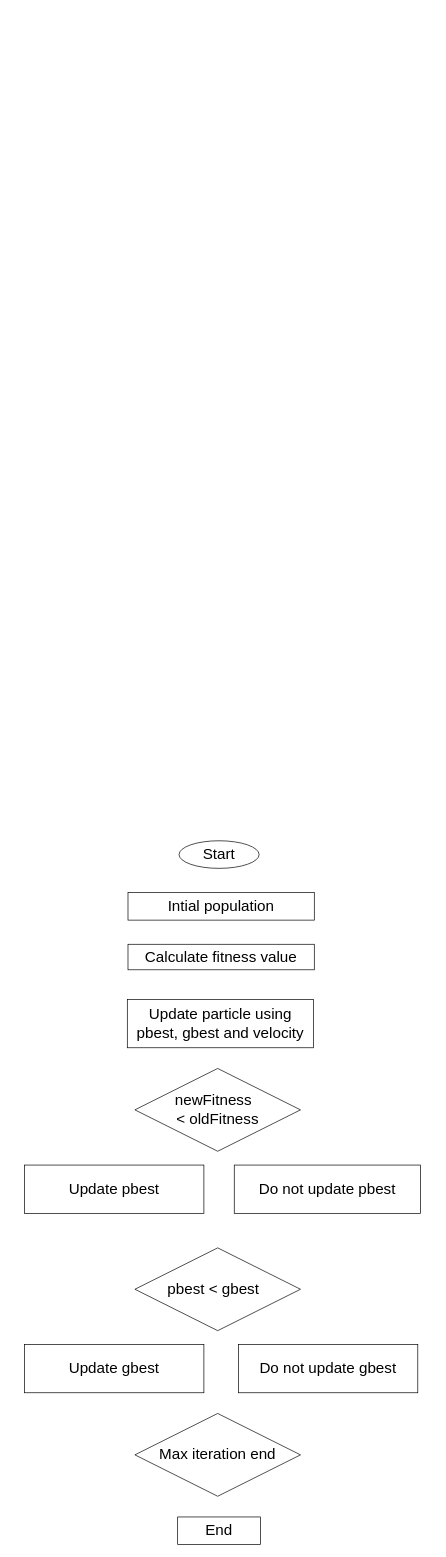
This is PSO.drawio from Faisalse/ResearchWork, a draw.io file, before an edit. Source tidied: cells renumbered, new cells numbered last; positions are measured from the earlier drawing's top-left corner, leaving out a move shared by most shapes. Both pictures are drawn from the tidied source at 69%, with x=0, y=0 at pixel (24, 840).
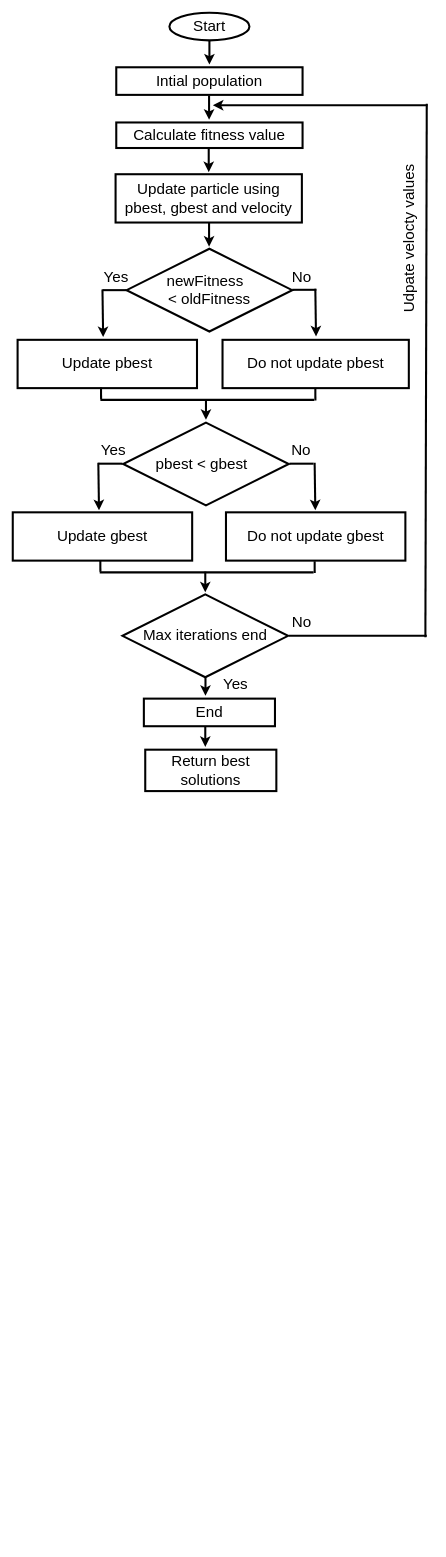
After the change.

The edit, as a diff of the source:
```diff
@@
+    <mxCell id="14" style="group;" parent="1" vertex="1">
+      <mxGeometry x="-17" y="-1200" width="601" height="1133" as="geometry" />
+    </mxCell>
+    <mxCell id="15" style="endArrow=classic;html=1;strokeWidth=3;fontSize=22;entryX=0.5;entryY=0;entryDx=0;entryDy=0;" parent="14" edge="1">
+      <mxGeometry x="-139.7" y="353" as="geometry">
+        <mxPoint x="279.3" y="960" as="sourcePoint" />
+        <mxPoint x="279.3" y="990" as="targetPoint" />
+      </mxGeometry>
+    </mxCell>
+    <mxCell id="16" style="endArrow=classic;html=1;strokeWidth=3;fontSize=22;" parent="14" edge="1">
+      <mxGeometry as="geometry">
+        <mxPoint x="279" y="1031" as="sourcePoint" />
+        <mxPoint x="279" y="1064" as="targetPoint" />
+      </mxGeometry>
+    </mxCell>
+    <mxCell id="17" style="endArrow=classic;html=1;fontSize=22;exitX=0.5;exitY=1;exitDx=0;exitDy=0;entryX=0.5;entryY=0;entryDx=0;entryDy=0;strokeWidth=3;" parent="14" edge="1">
+      <mxGeometry as="geometry">
+        <mxPoint x="285" y="36" as="sourcePoint" />
+        <mxPoint x="285" y="75" as="targetPoint" />
+      </mxGeometry>
+    </mxCell>
-    <mxCell id="2" value="Start" style="ellipse;whiteSpace=wrap;html=1;fontSize=22;" parent="1" vertex="1">
-      <mxGeometry x="224" width="116" height="40" as="geometry" />
+    <mxCell id="2" value="Start" style="ellipse;whiteSpace=wrap;html=1;fontSize=22;strokeWidth=3;" parent="14" vertex="1">
+      <mxGeometry x="227" width="116" height="40" as="geometry" />
     </mxCell>
-    <mxCell id="3" value="Intial population" style="rounded=0;whiteSpace=wrap;html=1;fontSize=22;" parent="1" vertex="1">
-      <mxGeometry x="150" y="75" width="270" height="40" as="geometry" />
+    <mxCell id="3" value="Intial population" style="rounded=0;whiteSpace=wrap;html=1;fontSize=22;strokeWidth=3;" parent="14" vertex="1">
+      <mxGeometry x="150" y="79" width="270" height="40" as="geometry" />
     </mxCell>
-    <mxCell id="4" value="Calculate fitness value" style="rounded=0;whiteSpace=wrap;html=1;fontSize=22;" parent="1" vertex="1">
-      <mxGeometry x="150" y="150" width="270" height="37" as="geometry" />
+    <mxCell id="4" value="Calculate fitness value" style="rounded=0;whiteSpace=wrap;html=1;fontSize=22;strokeWidth=3;" parent="14" vertex="1">
+      <mxGeometry x="150" y="159" width="270" height="37" as="geometry" />
     </mxCell>
-    <mxCell id="5" value="Update particle using pbest, gbest and velocity" style="rounded=0;whiteSpace=wrap;html=1;fontSize=22;" parent="1" vertex="1">
-      <mxGeometry x="149" y="230" width="270" height="70" as="geometry" />
+    <mxCell id="5" value="Update particle using pbest, gbest and velocity" style="rounded=0;whiteSpace=wrap;html=1;fontSize=22;strokeWidth=3;" parent="14" vertex="1">
+      <mxGeometry x="149" y="234" width="270" height="70" as="geometry" />
     </mxCell>
-    <mxCell id="6" value="newFitness&amp;nbsp;&amp;nbsp;&lt;br&gt;&amp;lt; oldFitness" style="rhombus;whiteSpace=wrap;html=1;fontSize=22;" parent="1" vertex="1">
-      <mxGeometry x="160" y="330" width="240" height="120" as="geometry" />
+    <mxCell id="6" value="newFitness&amp;nbsp;&amp;nbsp;&lt;br&gt;&amp;lt; oldFitness" style="rhombus;whiteSpace=wrap;html=1;fontSize=22;strokeWidth=3;" parent="14" vertex="1">
+      <mxGeometry x="165" y="342" width="240" height="120" as="geometry" />
     </mxCell>
-    <mxCell id="7" value="Update pbest" style="rounded=0;whiteSpace=wrap;html=1;fontSize=22;" parent="1" vertex="1">
-      <mxGeometry y="470" width="260" height="70" as="geometry" />
+    <mxCell id="7" value="Update pbest" style="rounded=0;whiteSpace=wrap;html=1;fontSize=22;strokeWidth=3;" parent="14" vertex="1">
+      <mxGeometry x="7" y="474" width="260" height="70" as="geometry" />
     </mxCell>
-    <mxCell id="8" value="Do not update pbest" style="rounded=0;whiteSpace=wrap;html=1;fontSize=22;" parent="1" vertex="1">
-      <mxGeometry x="304" y="470" width="270" height="70" as="geometry" />
+    <mxCell id="8" value="Do not update pbest" style="rounded=0;whiteSpace=wrap;html=1;fontSize=22;strokeWidth=3;" parent="14" vertex="1">
+      <mxGeometry x="304" y="474" width="270" height="70" as="geometry" />
     </mxCell>
-    <mxCell id="9" value="pbest &amp;lt; gbest&amp;nbsp;&amp;nbsp;&lt;br&gt;" style="rhombus;whiteSpace=wrap;html=1;fontSize=22;" parent="1" vertex="1">
-      <mxGeometry x="160" y="590" width="240" height="120" as="geometry" />
+    <mxCell id="9" value="pbest &amp;lt; gbest&amp;nbsp;&amp;nbsp;&lt;br&gt;" style="rhombus;whiteSpace=wrap;html=1;fontSize=22;strokeWidth=3;" parent="14" vertex="1">
+      <mxGeometry x="160" y="594" width="240" height="120" as="geometry" />
     </mxCell>
-    <mxCell id="10" value="Update gbest" style="rounded=0;whiteSpace=wrap;html=1;fontSize=22;" parent="1" vertex="1">
-      <mxGeometry y="730" width="260" height="70" as="geometry" />
+    <mxCell id="10" value="Update gbest" style="rounded=0;whiteSpace=wrap;html=1;fontSize=22;strokeWidth=3;" parent="14" vertex="1">
+      <mxGeometry y="724" width="260" height="70" as="geometry" />
     </mxCell>
-    <mxCell id="11" value="Do not update gbest" style="rounded=0;whiteSpace=wrap;html=1;fontSize=22;" parent="1" vertex="1">
-      <mxGeometry x="310" y="730" width="260" height="70" as="geometry" />
+    <mxCell id="11" value="Do not update gbest" style="rounded=0;whiteSpace=wrap;html=1;fontSize=22;strokeWidth=3;" parent="14" vertex="1">
+      <mxGeometry x="309" y="724" width="260" height="70" as="geometry" />
     </mxCell>
-    <mxCell id="12" value="Max iteration end" style="rhombus;whiteSpace=wrap;html=1;fontSize=22;" parent="1" vertex="1">
-      <mxGeometry x="160" y="830" width="240" height="120" as="geometry" />
+    <mxCell id="12" value="Max iterations end" style="rhombus;whiteSpace=wrap;html=1;fontSize=22;strokeWidth=3;" parent="14" vertex="1">
+      <mxGeometry x="159" y="843" width="240" height="120" as="geometry" />
     </mxCell>
-    <mxCell id="13" value="End" style="rounded=0;whiteSpace=wrap;html=1;fontSize=22;" parent="1" vertex="1">
-      <mxGeometry x="222" y="980" width="120" height="40" as="geometry" />
+    <mxCell id="13" value="End" style="rounded=0;whiteSpace=wrap;html=1;fontSize=22;strokeWidth=3;" parent="14" vertex="1">
+      <mxGeometry x="190" y="994" width="190" height="40" as="geometry" />
     </mxCell>
+    <mxCell id="18" value="Return best solutions" style="rounded=0;whiteSpace=wrap;html=1;fontSize=22;strokeWidth=3;" parent="14" vertex="1">
+      <mxGeometry x="192" y="1068" width="190" height="60" as="geometry" />
+    </mxCell>
+    <mxCell id="19" style="endArrow=classic;html=1;fontSize=22;exitX=0.5;exitY=1;exitDx=0;exitDy=0;entryX=0.5;entryY=0;entryDx=0;entryDy=0;strokeWidth=3;" parent="14" edge="1">
+      <mxGeometry as="geometry">
+        <mxPoint x="284.5" y="120" as="sourcePoint" />
+        <mxPoint x="284.5" y="155" as="targetPoint" />
+      </mxGeometry>
+    </mxCell>
+    <mxCell id="20" style="endArrow=classic;html=1;fontSize=22;exitX=0.5;exitY=1;exitDx=0;exitDy=0;entryX=0.5;entryY=0;entryDx=0;entryDy=0;strokeWidth=3;" parent="14" edge="1">
+      <mxGeometry as="geometry">
+        <mxPoint x="284" y="196" as="sourcePoint" />
+        <mxPoint x="284" y="231" as="targetPoint" />
+      </mxGeometry>
+    </mxCell>
+    <mxCell id="21" style="endArrow=classic;html=1;fontSize=22;exitX=0.5;exitY=1;exitDx=0;exitDy=0;entryX=0.5;entryY=0;entryDx=0;entryDy=0;strokeWidth=3;" parent="14" edge="1">
+      <mxGeometry as="geometry">
+        <mxPoint x="284.5" y="304" as="sourcePoint" />
+        <mxPoint x="284.5" y="339" as="targetPoint" />
+      </mxGeometry>
+    </mxCell>
+    <mxCell id="22" style="endArrow=none;html=1;strokeWidth=3;fontSize=22;" parent="14" edge="1">
+      <mxGeometry as="geometry">
+        <mxPoint x="130" y="402" as="sourcePoint" />
+        <mxPoint x="165" y="402" as="targetPoint" />
+      </mxGeometry>
+    </mxCell>
+    <mxCell id="23" style="endArrow=classic;html=1;strokeWidth=3;fontSize=22;entryX=0.477;entryY=-0.014;entryDx=0;entryDy=0;entryPerimeter=0;" parent="14" edge="1">
+      <mxGeometry as="geometry">
+        <mxPoint x="130" y="401" as="sourcePoint" />
+        <mxPoint x="131" y="470" as="targetPoint" />
+      </mxGeometry>
+    </mxCell>
+    <mxCell id="24" style="endArrow=none;html=1;strokeWidth=3;fontSize=22;" parent="14" edge="1">
+      <mxGeometry as="geometry">
+        <mxPoint x="405" y="401.5" as="sourcePoint" />
+        <mxPoint x="440" y="401.5" as="targetPoint" />
+      </mxGeometry>
+    </mxCell>
+    <mxCell id="25" style="endArrow=classic;html=1;strokeWidth=3;fontSize=22;entryX=0.477;entryY=-0.014;entryDx=0;entryDy=0;entryPerimeter=0;" parent="14" edge="1">
+      <mxGeometry as="geometry">
+        <mxPoint x="438.5" y="400" as="sourcePoint" />
+        <mxPoint x="439.5" y="469" as="targetPoint" />
+      </mxGeometry>
+    </mxCell>
+    <mxCell id="26" style="endArrow=none;html=1;strokeWidth=3;fontSize=22;" parent="14" edge="1">
+      <mxGeometry as="geometry">
+        <mxPoint x="124" y="653.5" as="sourcePoint" />
+        <mxPoint x="159" y="653.5" as="targetPoint" />
+      </mxGeometry>
+    </mxCell>
+    <mxCell id="27" style="endArrow=none;html=1;strokeWidth=3;fontSize=22;" parent="14" edge="1">
+      <mxGeometry as="geometry">
+        <mxPoint x="401" y="653.5" as="sourcePoint" />
+        <mxPoint x="436" y="653.5" as="targetPoint" />
+      </mxGeometry>
+    </mxCell>
+    <mxCell id="28" style="endArrow=classic;html=1;strokeWidth=3;fontSize=22;entryX=0.477;entryY=-0.014;entryDx=0;entryDy=0;entryPerimeter=0;" parent="14" edge="1">
+      <mxGeometry as="geometry">
+        <mxPoint x="124" y="652" as="sourcePoint" />
+        <mxPoint x="125" y="721" as="targetPoint" />
+      </mxGeometry>
+    </mxCell>
+    <mxCell id="29" style="endArrow=classic;html=1;strokeWidth=3;fontSize=22;entryX=0.477;entryY=-0.014;entryDx=0;entryDy=0;entryPerimeter=0;" parent="14" edge="1">
+      <mxGeometry as="geometry">
+        <mxPoint x="437.5" y="652" as="sourcePoint" />
+        <mxPoint x="438.5" y="721" as="targetPoint" />
+      </mxGeometry>
+    </mxCell>
+    <mxCell id="30" style="group;" parent="14" vertex="1">
+      <mxGeometry x="126" y="793" width="311.6" height="47" as="geometry" />
+    </mxCell>
+    <mxCell id="31" style="endArrow=none;html=1;strokeWidth=3;fontSize=22;" parent="30" edge="1">
+      <mxGeometry relative="1" as="geometry">
+        <mxPoint y="18" as="sourcePoint" />
+        <mxPoint x="310" y="18" as="targetPoint" />
+      </mxGeometry>
+    </mxCell>
+    <mxCell id="32" style="endArrow=none;html=1;strokeWidth=3;fontSize=22;entryX=0.465;entryY=1.043;entryDx=0;entryDy=0;entryPerimeter=0;" parent="30" edge="1">
+      <mxGeometry relative="1" as="geometry">
+        <mxPoint x="1" y="17" as="sourcePoint" />
+        <mxPoint x="0.9" as="targetPoint" />
+      </mxGeometry>
+    </mxCell>
+    <mxCell id="33" style="endArrow=none;html=1;strokeWidth=3;fontSize=22;entryX=0.465;entryY=1.043;entryDx=0;entryDy=0;entryPerimeter=0;" parent="30" edge="1">
+      <mxGeometry relative="1" as="geometry">
+        <mxPoint x="311.6" y="19" as="sourcePoint" />
+        <mxPoint x="311.5" y="2" as="targetPoint" />
+      </mxGeometry>
+    </mxCell>
+    <mxCell id="34" style="endArrow=classic;html=1;strokeWidth=3;fontSize=22;entryX=0.5;entryY=0;entryDx=0;entryDy=0;" parent="30" edge="1">
+      <mxGeometry relative="1" as="geometry">
+        <mxPoint x="153" y="17" as="sourcePoint" />
+        <mxPoint x="153" y="47" as="targetPoint" />
+      </mxGeometry>
+    </mxCell>
+    <mxCell id="35" style="endArrow=none;html=1;strokeWidth=3;fontSize=22;" parent="14" edge="1">
+      <mxGeometry x="127" y="543" as="geometry">
+        <mxPoint x="127" y="561" as="sourcePoint" />
+        <mxPoint x="437" y="561" as="targetPoint" />
+      </mxGeometry>
+    </mxCell>
+    <mxCell id="36" style="endArrow=none;html=1;strokeWidth=3;fontSize=22;entryX=0.465;entryY=1.043;entryDx=0;entryDy=0;entryPerimeter=0;" parent="14" edge="1">
+      <mxGeometry x="127" y="543" as="geometry">
+        <mxPoint x="128" y="560" as="sourcePoint" />
+        <mxPoint x="127.9" y="543" as="targetPoint" />
+      </mxGeometry>
+    </mxCell>
+    <mxCell id="37" style="endArrow=none;html=1;strokeWidth=3;fontSize=22;entryX=0.465;entryY=1.043;entryDx=0;entryDy=0;entryPerimeter=0;" parent="14" edge="1">
+      <mxGeometry x="127" y="543" as="geometry">
+        <mxPoint x="438.6" y="562" as="sourcePoint" />
+        <mxPoint x="438.5" y="545" as="targetPoint" />
+      </mxGeometry>
+    </mxCell>
+    <mxCell id="38" style="endArrow=classic;html=1;strokeWidth=3;fontSize=22;entryX=0.5;entryY=0;entryDx=0;entryDy=0;" parent="14" edge="1">
+      <mxGeometry x="127" y="543" as="geometry">
+        <mxPoint x="280" y="560" as="sourcePoint" />
+        <mxPoint x="280" y="590" as="targetPoint" />
+      </mxGeometry>
+    </mxCell>
+    <mxCell id="39" style="endArrow=none;html=1;strokeWidth=3;fontSize=22;" parent="14" edge="1">
+      <mxGeometry as="geometry">
+        <mxPoint x="400" y="903" as="sourcePoint" />
+        <mxPoint x="600" y="903" as="targetPoint" />
+      </mxGeometry>
+    </mxCell>
+    <mxCell id="40" style="endArrow=none;html=1;strokeWidth=3;fontSize=22;" parent="14" edge="1">
+      <mxGeometry as="geometry">
+        <mxPoint x="598" y="905" as="sourcePoint" />
+        <mxPoint x="600" y="132" as="targetPoint" />
+      </mxGeometry>
+    </mxCell>
+    <mxCell id="41" style="endArrow=classic;html=1;strokeWidth=3;fontSize=22;" parent="14" edge="1">
+      <mxGeometry as="geometry">
+        <mxPoint x="601" y="134" as="sourcePoint" />
+        <mxPoint x="290" y="134" as="targetPoint" />
+      </mxGeometry>
+    </mxCell>
+    <mxCell id="42" value="No" style="text;html=1;strokeColor=none;fillColor=none;align=center;verticalAlign=middle;whiteSpace=wrap;rounded=0;fontSize=22;" parent="14" vertex="1">
+      <mxGeometry x="399" y="874" width="40" height="20" as="geometry" />
+    </mxCell>
+    <mxCell id="43" value="Yes" style="text;html=1;strokeColor=none;fillColor=none;align=center;verticalAlign=middle;whiteSpace=wrap;rounded=0;fontSize=22;" parent="14" vertex="1">
+      <mxGeometry x="303" y="963" width="40" height="20" as="geometry" />
+    </mxCell>
+    <mxCell id="44" value="Yes" style="text;html=1;strokeColor=none;fillColor=none;align=center;verticalAlign=middle;whiteSpace=wrap;rounded=0;fontSize=22;" parent="14" vertex="1">
+      <mxGeometry x="126" y="624" width="40" height="20" as="geometry" />
+    </mxCell>
+    <mxCell id="45" value="No" style="text;html=1;strokeColor=none;fillColor=none;align=center;verticalAlign=middle;whiteSpace=wrap;rounded=0;fontSize=22;" parent="14" vertex="1">
+      <mxGeometry x="397.6" y="624" width="40" height="20" as="geometry" />
+    </mxCell>
+    <mxCell id="46" value="Yes" style="text;html=1;strokeColor=none;fillColor=none;align=center;verticalAlign=middle;whiteSpace=wrap;rounded=0;fontSize=22;" parent="14" vertex="1">
+      <mxGeometry x="130" y="374" width="40" height="20" as="geometry" />
+    </mxCell>
+    <mxCell id="47" value="No" style="text;html=1;strokeColor=none;fillColor=none;align=center;verticalAlign=middle;whiteSpace=wrap;rounded=0;fontSize=22;" parent="14" vertex="1">
+      <mxGeometry x="399" y="374" width="40" height="20" as="geometry" />
+    </mxCell>
+    <mxCell id="48" value="Udpate velocty values&amp;nbsp;" style="text;html=1;strokeColor=none;fillColor=none;align=center;verticalAlign=middle;whiteSpace=wrap;rounded=0;fontSize=22;rotation=-90;" parent="14" vertex="1">
+      <mxGeometry x="420" y="304" width="310" height="40" as="geometry" />
+    </mxCell>
```
